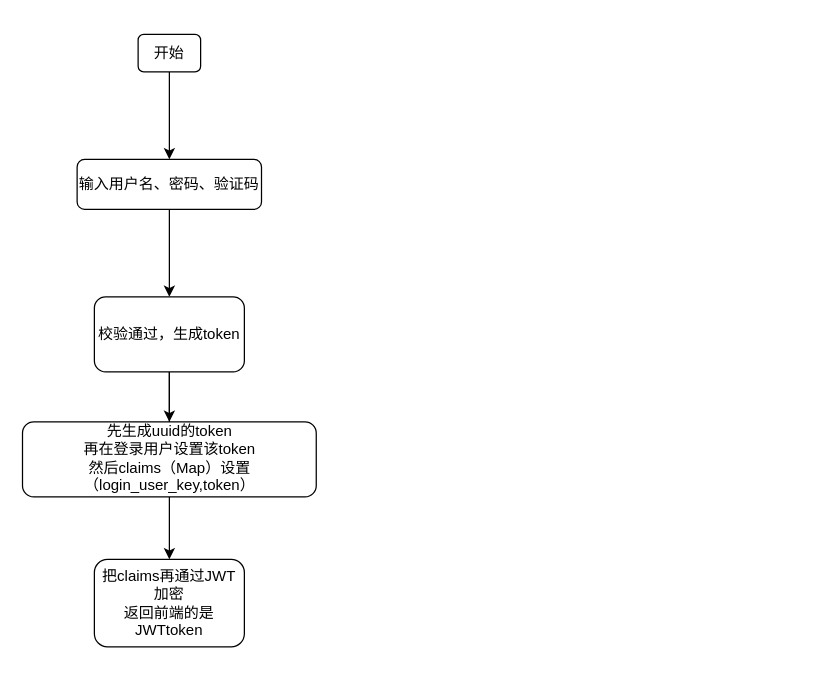
meijinwu/flow-chart keeps this draw.io diagram as login/ruoyi-vue-login.drawio. Above is the earlier version. Source tidied: cells renumbered, new cells numbered last; positions are measured from the earlier drawing's top-left corner, leaving out a move shared by most shapes. Both pictures are drawn from the tidied source at 125%, with x=0, y=0 at pixel (22, 34).
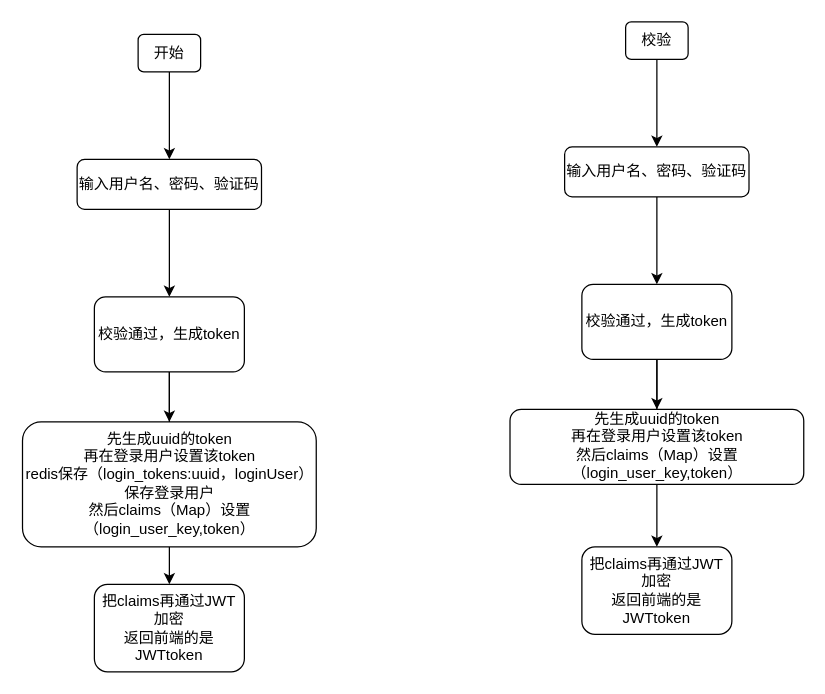
After the change.

The edit, as a diff of the source:
```diff
@@
 <mxGraphModel>
   <root>
     <mxCell id="0" />
     <mxCell id="1" parent="0" />
     <mxCell id="2" style="edgeStyle=orthogonalEdgeStyle;rounded=0;jettySize=auto;html=1;" parent="1" edge="1" source="3" target="5">
       <mxGeometry relative="1" as="geometry" />
     </mxCell>
     <mxCell id="3" value="开始" style="rounded=1;whiteSpace=wrap;html=1;" parent="1" vertex="1">
       <mxGeometry x="92" width="50" height="30" as="geometry" />
     </mxCell>
     <mxCell id="4" style="edgeStyle=orthogonalEdgeStyle;rounded=0;jettySize=auto;html=1;" parent="1" edge="1" source="5" target="8">
       <mxGeometry relative="1" as="geometry" />
     </mxCell>
     <mxCell id="5" value="输入用户名、密码、验证码" style="whiteSpace=wrap;html=1;rounded=1;" parent="1" vertex="1">
       <mxGeometry x="43.2" y="100" width="147.5" height="40" as="geometry" />
     </mxCell>
     <mxCell id="6" style="edgeStyle=orthogonalEdgeStyle;rounded=0;jettySize=auto;html=1;" parent="1" edge="1" source="8" target="9">
       <mxGeometry relative="1" as="geometry" />
     </mxCell>
     <mxCell id="7" style="edgeStyle=orthogonalEdgeStyle;rounded=0;jettySize=auto;html=1;" parent="1" edge="1" source="8" target="10">
       <mxGeometry relative="1" as="geometry" />
     </mxCell>
     <mxCell id="8" value="校验通过，生成token" style="whiteSpace=wrap;html=1;rounded=1;" parent="1" vertex="1">
       <mxGeometry x="57" y="210" width="120" height="60" as="geometry" />
     </mxCell>
     <mxCell id="9" value="把claims再通过JWT加密&lt;br&gt;返回前端的是JWTtoken" style="whiteSpace=wrap;html=1;rounded=1;" parent="1" vertex="1">
-      <mxGeometry x="57" y="420" width="120" height="70" as="geometry" />
+      <mxGeometry x="57" y="440" width="120" height="70" as="geometry" />
     </mxCell>
-    <mxCell id="10" value="先生成uuid的token&lt;br&gt;再在登录用户设置该token&lt;br&gt;然后claims（Map）设置（login_user_key,token）&lt;font face=&quot;JetBrains Mono, monospace&quot; color=&quot;#a9b7c6&quot;&gt;&lt;span style=&quot;font-size: 13.0667px; background-color: rgb(43, 43, 43);&quot;&gt;&lt;br&gt;&lt;/span&gt;&lt;/font&gt;" style="whiteSpace=wrap;html=1;rounded=1;" parent="1" vertex="1">
-      <mxGeometry x="-0.5" y="310" width="235" height="60" as="geometry" />
+    <mxCell id="10" value="先生成uuid的token&lt;br&gt;再在登录用户设置该token&lt;br&gt;redis保存（login_tokens:uuid，loginUser）保存登录用户&lt;br&gt;然后claims（Map）设置（login_user_key,token）&lt;font face=&quot;JetBrains Mono, monospace&quot; color=&quot;#a9b7c6&quot;&gt;&lt;span style=&quot;font-size: 13.0667px; background-color: rgb(43, 43, 43);&quot;&gt;&lt;br&gt;&lt;/span&gt;&lt;/font&gt;" style="whiteSpace=wrap;html=1;rounded=1;" parent="1" vertex="1">
+      <mxGeometry x="-0.5" y="310" width="235" height="100" as="geometry" />
     </mxCell>
+    <mxCell id="11" style="edgeStyle=orthogonalEdgeStyle;rounded=0;jettySize=auto;html=1;" parent="1" edge="1" source="12" target="14">
+      <mxGeometry relative="1" as="geometry" />
+    </mxCell>
+    <mxCell id="12" value="校验" style="rounded=1;whiteSpace=wrap;html=1;" parent="1" vertex="1">
+      <mxGeometry x="482" y="-10" width="50" height="30" as="geometry" />
+    </mxCell>
+    <mxCell id="13" style="edgeStyle=orthogonalEdgeStyle;rounded=0;jettySize=auto;html=1;" parent="1" edge="1" source="14" target="17">
+      <mxGeometry relative="1" as="geometry" />
+    </mxCell>
+    <mxCell id="14" value="输入用户名、密码、验证码" style="whiteSpace=wrap;html=1;rounded=1;" parent="1" vertex="1">
+      <mxGeometry x="433.2" y="90" width="147.5" height="40" as="geometry" />
+    </mxCell>
+    <mxCell id="15" style="edgeStyle=orthogonalEdgeStyle;rounded=0;jettySize=auto;html=1;" parent="1" edge="1" source="17" target="18">
+      <mxGeometry relative="1" as="geometry" />
+    </mxCell>
+    <mxCell id="16" style="edgeStyle=orthogonalEdgeStyle;rounded=0;jettySize=auto;html=1;" parent="1" edge="1" source="17" target="19">
+      <mxGeometry relative="1" as="geometry" />
+    </mxCell>
+    <mxCell id="17" value="校验通过，生成token" style="whiteSpace=wrap;html=1;rounded=1;" parent="1" vertex="1">
+      <mxGeometry x="447" y="200" width="120" height="60" as="geometry" />
+    </mxCell>
+    <mxCell id="18" value="把claims再通过JWT加密&lt;br&gt;返回前端的是JWTtoken" style="whiteSpace=wrap;html=1;rounded=1;" parent="1" vertex="1">
+      <mxGeometry x="447" y="410" width="120" height="70" as="geometry" />
+    </mxCell>
+    <mxCell id="19" value="先生成uuid的token&lt;br&gt;再在登录用户设置该token&lt;br&gt;然后claims（Map）设置（login_user_key,token）&lt;font face=&quot;JetBrains Mono, monospace&quot; color=&quot;#a9b7c6&quot;&gt;&lt;span style=&quot;font-size: 13.0667px; background-color: rgb(43, 43, 43);&quot;&gt;&lt;br&gt;&lt;/span&gt;&lt;/font&gt;" style="whiteSpace=wrap;html=1;rounded=1;" parent="1" vertex="1">
+      <mxGeometry x="389.5" y="300" width="235" height="60" as="geometry" />
+    </mxCell>
   </root>
 </mxGraphModel>
```
